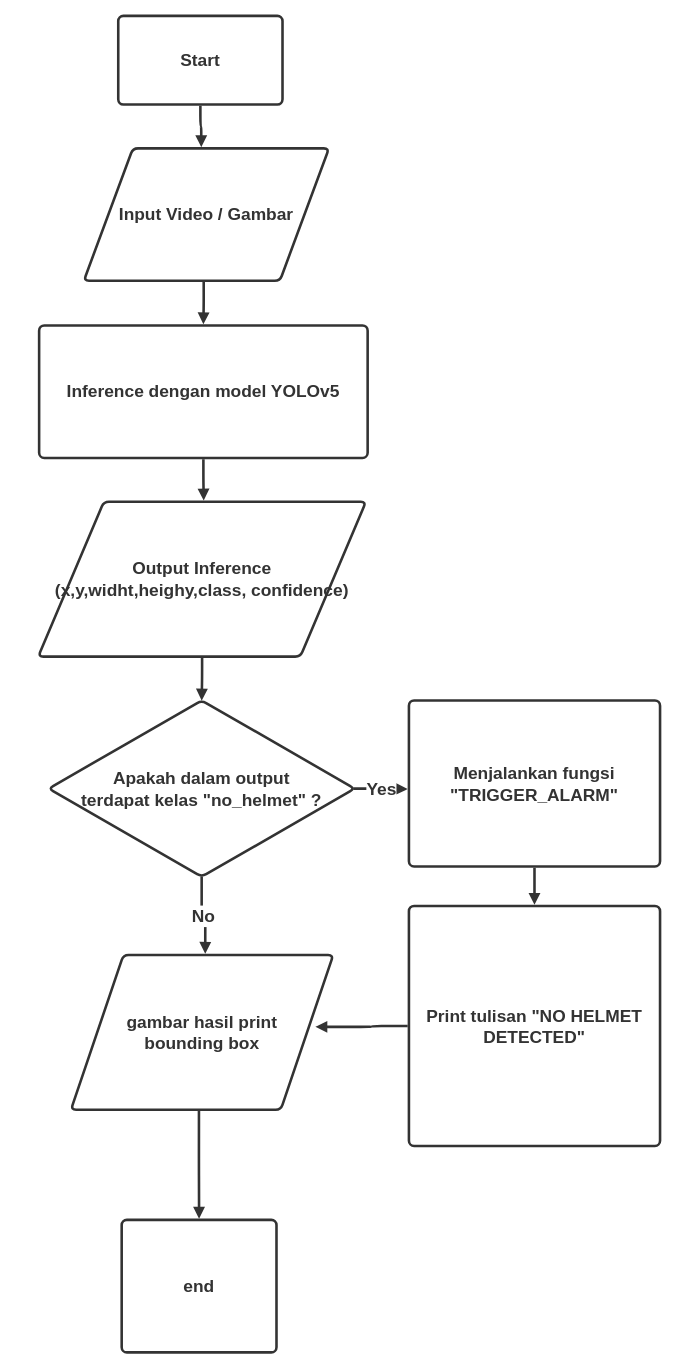
Before: page "Page-2" (2 of 2) of gambar/yolov5_old.drawio in helmikazero/buku-TA-helmetDetect-2022, a draw.io diagram. Source tidied: cells renumbered, new cells numbered last; positions are measured from the earlier drawing's top-left corner, leaving out a move shared by most shapes. Both pictures are drawn from the tidied source at 86%, with x=0, y=0 at pixel (38, 15).
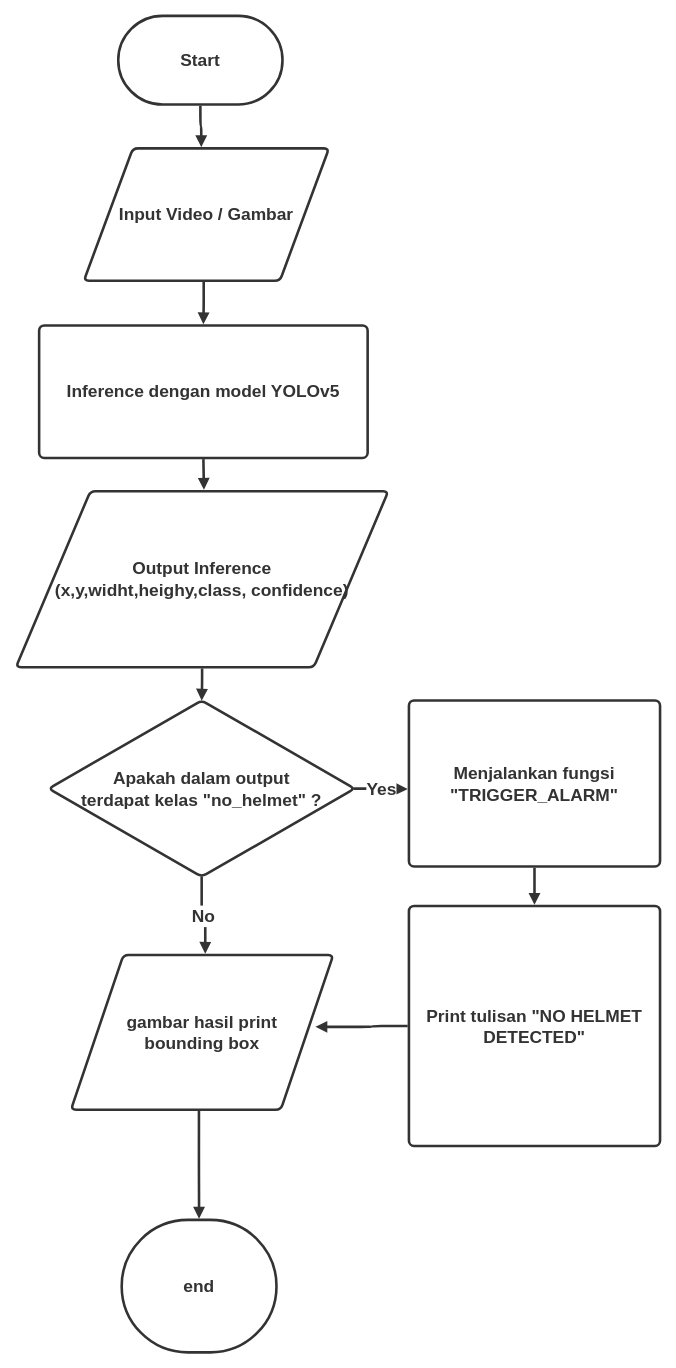
After the change.

Change to the diagram source:
```diff
@@
-    <mxCell id="2" value="Start" style="html=1;overflow=block;blockSpacing=1;whiteSpace=wrap;fontSize=20.2;fontFamily=Barlow;fontColor=#333333;fontStyle=1;align=center;spacing=9;strokeColor=#333333;strokeOpacity=100;fillOpacity=100;rounded=1;absoluteArcSize=1;arcSize=12;fillColor=#ffffff;strokeWidth=3;" parent="1" vertex="1">
+    <mxCell id="2" value="Start" style="html=1;overflow=block;blockSpacing=1;whiteSpace=wrap;fontSize=20.2;fontFamily=Barlow;fontColor=#333333;fontStyle=1;align=center;spacing=9;strokeColor=#333333;strokeOpacity=100;fillOpacity=100;rounded=1;absoluteArcSize=1;arcSize=191;fillColor=#ffffff;strokeWidth=3;" parent="1" vertex="1">
       <mxGeometry x="93" width="191" height="103" as="geometry" />
     </mxCell>
@@
     <mxCell id="7" value="Output Inference &#10;(x,y,widht,heighy,class, confidence)" style="html=1;overflow=block;blockSpacing=1;whiteSpace=wrap;shape=parallelogram;perimeter=parallelogramPerimeter;anchorPointDirection=0;fontSize=20.2;fontFamily=Barlow;fontColor=#333333;fontStyle=1;align=center;spacing=3.8;strokeColor=#333333;strokeOpacity=100;fillOpacity=100;rounded=1;absoluteArcSize=1;arcSize=12;fillColor=#ffffff;strokeWidth=3;" parent="1" vertex="1">
-      <mxGeometry y="565" width="381" height="180" as="geometry" />
+      <mxGeometry x="-26" y="552.7" width="433" height="204.6" as="geometry" />
     </mxCell>
@@
-    <mxCell id="11" value="end" style="html=1;overflow=block;blockSpacing=1;whiteSpace=wrap;fontSize=20.2;fontFamily=Barlow;fontColor=#333333;fontStyle=1;align=center;spacing=9;strokeColor=#333333;strokeOpacity=100;fillOpacity=100;rounded=1;absoluteArcSize=1;arcSize=12;fillColor=#ffffff;strokeWidth=3;" parent="1" vertex="1">
+    <mxCell id="11" value="end" style="html=1;overflow=block;blockSpacing=1;whiteSpace=wrap;fontSize=20.2;fontFamily=Barlow;fontColor=#333333;fontStyle=1;align=center;spacing=9;strokeColor=#333333;strokeOpacity=100;fillOpacity=100;rounded=1;absoluteArcSize=1;arcSize=180;fillColor=#ffffff;strokeWidth=3;" parent="1" vertex="1">
       <mxGeometry x="97" y="1400" width="180" height="154" as="geometry" />
     </mxCell>
```
